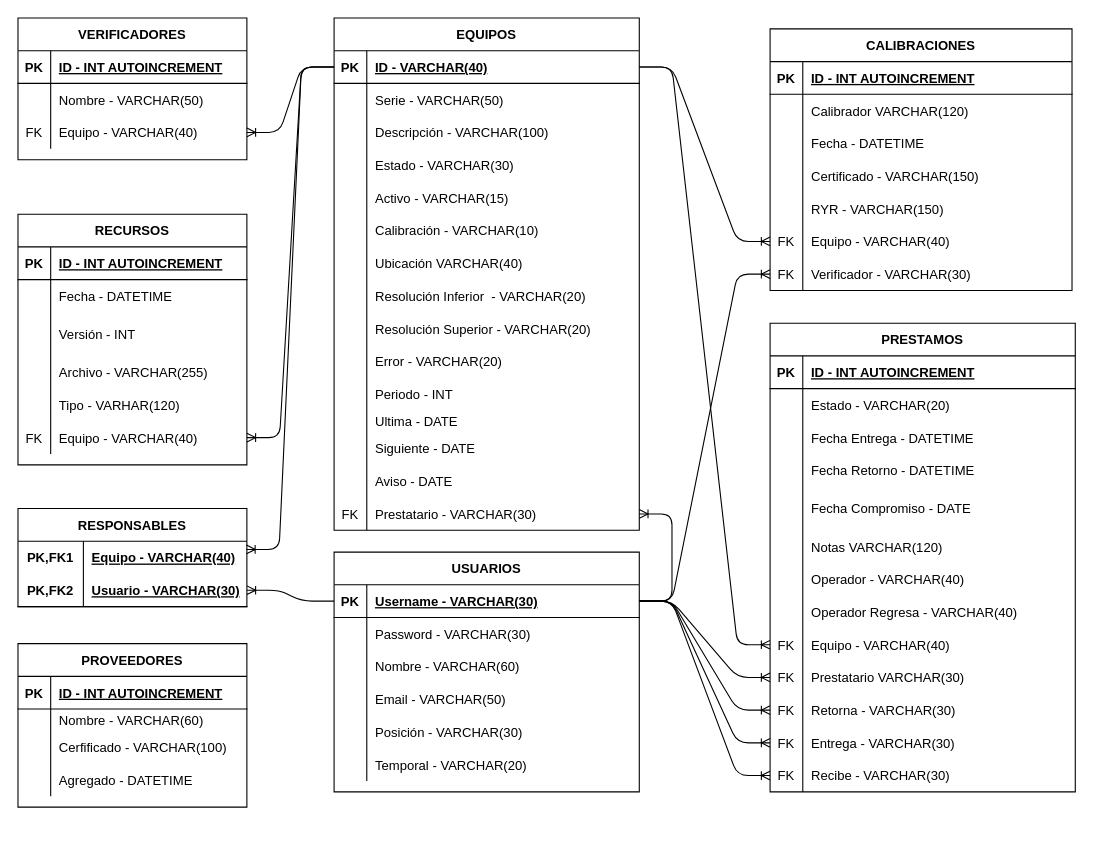
Earlier version of the draw.io diagram api/db/model/Diagrama de Tablas.drawio (FFahrenheit/Calibraciones-API). Source tidied: cells renumbered, new cells numbered last; positions are measured from the earlier drawing's top-left corner, leaving out a move shared by most shapes. Both pictures are drawn from the tidied source at 109%, with x=0, y=0 at pixel (17, 17).
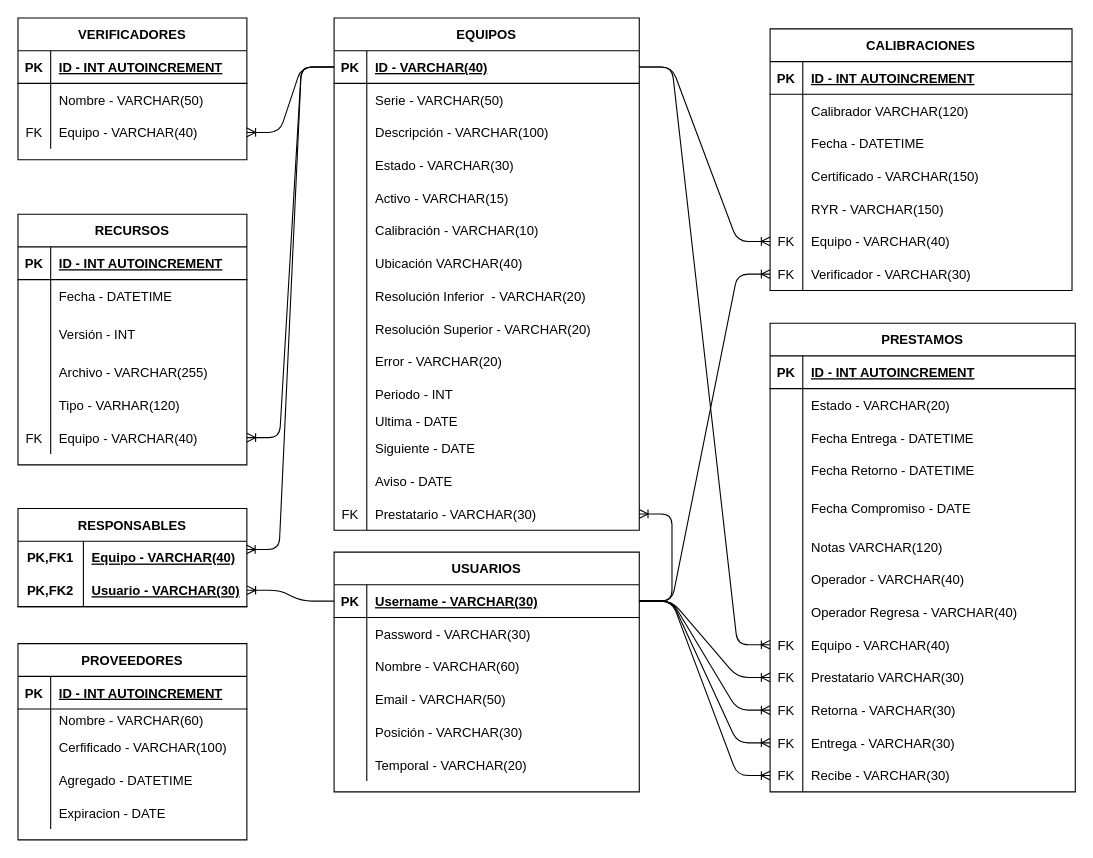
The same diagram, later.

Commit message (it also covers changes not shown here):
Ajustado para fecha de expiracion en proveedores

Change to the diagram source:
```diff
@@
     <mxCell id="177" value="PROVEEDORES" style="shape=table;startSize=30;childLayout=tableLayout;rowLines=0;fontStyle=1;align=center;" parent="1" vertex="1">
-      <mxGeometry y="574" width="210" height="150" as="geometry" />
+      <mxGeometry y="574" width="210" height="180" as="geometry" />
     </mxCell>
@@
+    <mxCell id="190" style="shape=partialRectangle;fillColor=none;top=0;left=0;bottom=0;right=0;" parent="177" vertex="1">
+      <mxGeometry y="140" width="210" height="30" as="geometry" />
+    </mxCell>
+    <mxCell id="191" style="shape=partialRectangle;fillColor=none;top=0;left=0;bottom=0;right=0;overflow=hidden;" parent="190" vertex="1">
+      <mxGeometry width="30" height="30" as="geometry" />
+    </mxCell>
+    <mxCell id="192" value="Expiracion - DATE" style="shape=partialRectangle;fillColor=none;top=0;left=0;bottom=0;right=0;align=left;spacingLeft=6;overflow=hidden;" parent="190" vertex="1">
+      <mxGeometry x="30" width="180" height="30" as="geometry" />
+    </mxCell>
```
